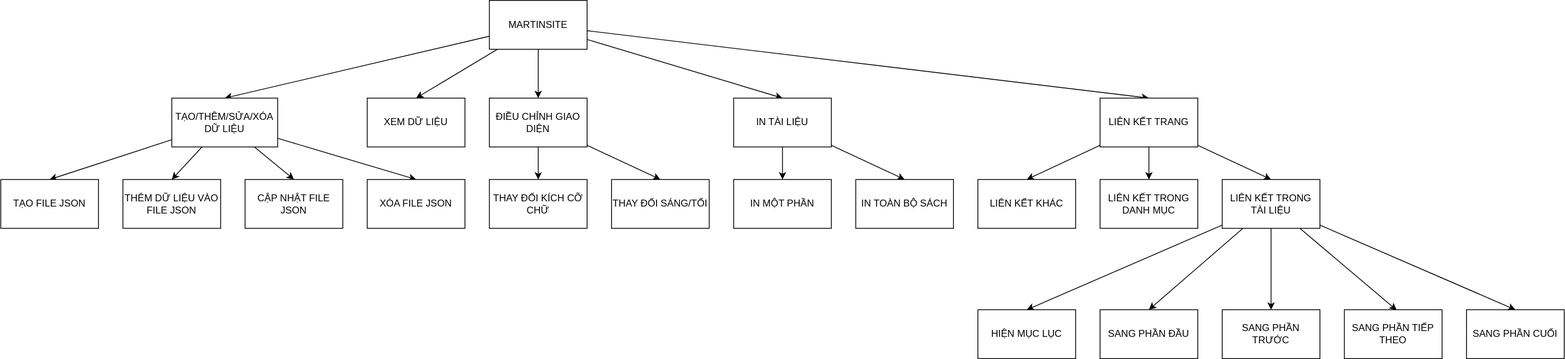
MartinoPhoenixVox/martinsite keeps this draw.io diagram as FHD.drawio.svg. Above is the earlier version. Source tidied: cells renumbered, new cells last; positions are measured from the earlier drawing's top-left corner, leaving out a move shared by most shapes.
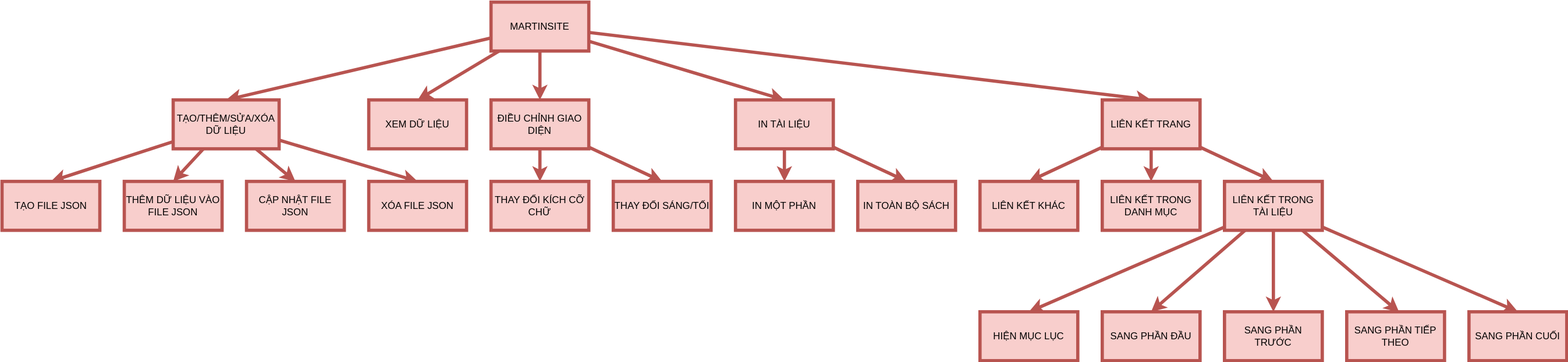
The same diagram one commit later.

Commit message:
Cập nhật FHD

Change to the diagram source:
```diff
@@ -2,133 +2,133 @@
   <root>
     <mxCell id="0" />
     <mxCell id="1" parent="0" />
-    <mxCell id="2" style="edgeStyle=none;html=1;entryX=0.5;entryY=0;entryDx=0;entryDy=0;" parent="1" edge="1" source="7" target="17">
+    <mxCell id="2" style="edgeStyle=none;html=1;entryX=0.5;entryY=0;entryDx=0;entryDy=0;fillColor=#f8cecc;strokeColor=#b85450;strokeWidth=4;" parent="1" edge="1" source="7" target="17">
       <mxGeometry relative="1" as="geometry" />
     </mxCell>
-    <mxCell id="3" style="edgeStyle=none;html=1;entryX=0.5;entryY=0;entryDx=0;entryDy=0;" parent="1" edge="1" source="7" target="12">
+    <mxCell id="3" style="edgeStyle=none;html=1;entryX=0.5;entryY=0;entryDx=0;entryDy=0;fillColor=#f8cecc;strokeColor=#b85450;strokeWidth=4;" parent="1" edge="1" source="7" target="12">
       <mxGeometry relative="1" as="geometry" />
     </mxCell>
-    <mxCell id="4" style="edgeStyle=none;html=1;entryX=0.5;entryY=0;entryDx=0;entryDy=0;" parent="1" edge="1" source="7" target="20">
+    <mxCell id="4" style="edgeStyle=none;html=1;entryX=0.5;entryY=0;entryDx=0;entryDy=0;fillColor=#f8cecc;strokeColor=#b85450;strokeWidth=4;" parent="1" edge="1" source="7" target="20">
       <mxGeometry relative="1" as="geometry" />
     </mxCell>
-    <mxCell id="5" style="edgeStyle=none;html=1;entryX=0.5;entryY=0;entryDx=0;entryDy=0;" parent="1" edge="1" source="7" target="26">
+    <mxCell id="5" style="edgeStyle=none;html=1;entryX=0.5;entryY=0;entryDx=0;entryDy=0;fillColor=#f8cecc;strokeColor=#b85450;strokeWidth=4;" parent="1" edge="1" source="7" target="26">
       <mxGeometry relative="1" as="geometry" />
     </mxCell>
-    <mxCell id="6" style="edgeStyle=none;html=1;entryX=0.5;entryY=0;entryDx=0;entryDy=0;" parent="1" edge="1" source="7" target="13">
+    <mxCell id="6" style="edgeStyle=none;html=1;entryX=0.5;entryY=0;entryDx=0;entryDy=0;fillColor=#f8cecc;strokeColor=#b85450;strokeWidth=4;" parent="1" edge="1" source="7" target="13">
       <mxGeometry relative="1" as="geometry" />
     </mxCell>
-    <mxCell id="7" value="MARTINSITE" style="rounded=0;whiteSpace=wrap;html=1;" parent="1" vertex="1">
+    <mxCell id="7" value="MARTINSITE" style="rounded=0;whiteSpace=wrap;html=1;fillColor=#f8cecc;strokeColor=#b85450;strokeWidth=4;" parent="1" vertex="1">
       <mxGeometry x="600" width="120" height="60" as="geometry" />
     </mxCell>
-    <mxCell id="8" style="edgeStyle=none;html=1;entryX=0.5;entryY=0;entryDx=0;entryDy=0;" parent="1" edge="1" source="12" target="21">
+    <mxCell id="8" style="edgeStyle=none;html=1;entryX=0.5;entryY=0;entryDx=0;entryDy=0;fillColor=#f8cecc;strokeColor=#b85450;strokeWidth=4;" parent="1" edge="1" source="12" target="21">
       <mxGeometry relative="1" as="geometry" />
     </mxCell>
-    <mxCell id="9" style="edgeStyle=none;html=1;entryX=0.5;entryY=0;entryDx=0;entryDy=0;" parent="1" edge="1" source="12" target="22">
+    <mxCell id="9" style="edgeStyle=none;html=1;entryX=0.5;entryY=0;entryDx=0;entryDy=0;fillColor=#f8cecc;strokeColor=#b85450;strokeWidth=4;" parent="1" edge="1" source="12" target="22">
       <mxGeometry relative="1" as="geometry" />
     </mxCell>
-    <mxCell id="10" style="edgeStyle=none;html=1;entryX=0.5;entryY=0;entryDx=0;entryDy=0;" parent="1" edge="1" source="12" target="23">
+    <mxCell id="10" style="edgeStyle=none;html=1;entryX=0.5;entryY=0;entryDx=0;entryDy=0;fillColor=#f8cecc;strokeColor=#b85450;strokeWidth=4;" parent="1" edge="1" source="12" target="23">
       <mxGeometry relative="1" as="geometry" />
     </mxCell>
-    <mxCell id="11" style="edgeStyle=none;html=1;entryX=0.5;entryY=0;entryDx=0;entryDy=0;" parent="1" edge="1" source="12" target="44">
+    <mxCell id="11" style="edgeStyle=none;html=1;entryX=0.5;entryY=0;entryDx=0;entryDy=0;fillColor=#f8cecc;strokeColor=#b85450;strokeWidth=4;" parent="1" edge="1" source="12" target="44">
       <mxGeometry relative="1" as="geometry" />
     </mxCell>
-    <mxCell id="12" value="TẠO/THÊM/SỬA/XÓA DỮ LIỆU" style="rounded=0;whiteSpace=wrap;html=1;" parent="1" vertex="1">
+    <mxCell id="12" value="TẠO/THÊM/SỬA/XÓA DỮ LIỆU" style="rounded=0;whiteSpace=wrap;html=1;fillColor=#f8cecc;strokeColor=#b85450;strokeWidth=4;" parent="1" vertex="1">
       <mxGeometry x="210" y="120" width="130" height="60" as="geometry" />
     </mxCell>
-    <mxCell id="13" value="XEM DỮ LIỆU" style="rounded=0;whiteSpace=wrap;html=1;" parent="1" vertex="1">
+    <mxCell id="13" value="XEM DỮ LIỆU" style="rounded=0;whiteSpace=wrap;html=1;fillColor=#f8cecc;strokeColor=#b85450;strokeWidth=4;" parent="1" vertex="1">
       <mxGeometry x="450" y="120" width="120" height="60" as="geometry" />
     </mxCell>
-    <mxCell id="14" style="edgeStyle=none;html=1;entryX=0.5;entryY=0;entryDx=0;entryDy=0;" parent="1" edge="1" source="17" target="41">
+    <mxCell id="14" style="edgeStyle=none;html=1;entryX=0.5;entryY=0;entryDx=0;entryDy=0;fillColor=#f8cecc;strokeColor=#b85450;strokeWidth=4;" parent="1" edge="1" source="17" target="41">
       <mxGeometry relative="1" as="geometry" />
     </mxCell>
-    <mxCell id="15" style="edgeStyle=none;html=1;entryX=0.5;entryY=0;entryDx=0;entryDy=0;" parent="1" edge="1" source="17" target="40">
+    <mxCell id="15" style="edgeStyle=none;html=1;entryX=0.5;entryY=0;entryDx=0;entryDy=0;fillColor=#f8cecc;strokeColor=#b85450;strokeWidth=4;" parent="1" edge="1" source="17" target="40">
       <mxGeometry relative="1" as="geometry" />
     </mxCell>
-    <mxCell id="16" style="edgeStyle=none;html=1;entryX=0.5;entryY=0;entryDx=0;entryDy=0;" parent="1" edge="1" source="17" target="39">
+    <mxCell id="16" style="edgeStyle=none;html=1;entryX=0.5;entryY=0;entryDx=0;entryDy=0;fillColor=#f8cecc;strokeColor=#b85450;strokeWidth=4;" parent="1" edge="1" source="17" target="39">
       <mxGeometry relative="1" as="geometry" />
     </mxCell>
-    <mxCell id="17" value="LIÊN KẾT TRANG" style="rounded=0;whiteSpace=wrap;html=1;" parent="1" vertex="1">
+    <mxCell id="17" value="LIÊN KẾT TRANG" style="rounded=0;whiteSpace=wrap;html=1;fillColor=#f8cecc;strokeColor=#b85450;strokeWidth=4;" parent="1" vertex="1">
       <mxGeometry x="1350" y="120" width="120" height="60" as="geometry" />
     </mxCell>
-    <mxCell id="18" style="edgeStyle=none;html=1;entryX=0.5;entryY=0;entryDx=0;entryDy=0;" parent="1" edge="1" source="20" target="27">
+    <mxCell id="18" style="edgeStyle=none;html=1;entryX=0.5;entryY=0;entryDx=0;entryDy=0;fillColor=#f8cecc;strokeColor=#b85450;strokeWidth=4;" parent="1" edge="1" source="20" target="27">
       <mxGeometry relative="1" as="geometry" />
     </mxCell>
-    <mxCell id="19" style="edgeStyle=none;html=1;entryX=0.5;entryY=0;entryDx=0;entryDy=0;" parent="1" edge="1" source="20" target="28">
+    <mxCell id="19" style="edgeStyle=none;html=1;entryX=0.5;entryY=0;entryDx=0;entryDy=0;fillColor=#f8cecc;strokeColor=#b85450;strokeWidth=4;" parent="1" edge="1" source="20" target="28">
       <mxGeometry relative="1" as="geometry" />
     </mxCell>
-    <mxCell id="20" value="ĐIỀU CHỈNH GIAO DIỆN" style="rounded=0;whiteSpace=wrap;html=1;" parent="1" vertex="1">
+    <mxCell id="20" value="ĐIỀU CHỈNH GIAO DIỆN" style="rounded=0;whiteSpace=wrap;html=1;fillColor=#f8cecc;strokeColor=#b85450;strokeWidth=4;" parent="1" vertex="1">
       <mxGeometry x="600" y="120" width="120" height="60" as="geometry" />
     </mxCell>
-    <mxCell id="21" value="THÊM DỮ LIỆU VÀO FILE JSON" style="rounded=0;whiteSpace=wrap;html=1;" parent="1" vertex="1">
+    <mxCell id="21" value="THÊM DỮ LIỆU VÀO FILE JSON" style="rounded=0;whiteSpace=wrap;html=1;fillColor=#f8cecc;strokeColor=#b85450;strokeWidth=4;" parent="1" vertex="1">
       <mxGeometry x="150" y="220" width="120" height="60" as="geometry" />
     </mxCell>
-    <mxCell id="22" value="CẬP NHẬT FILE JSON" style="rounded=0;whiteSpace=wrap;html=1;" parent="1" vertex="1">
+    <mxCell id="22" value="CẬP NHẬT FILE JSON" style="rounded=0;whiteSpace=wrap;html=1;fillColor=#f8cecc;strokeColor=#b85450;strokeWidth=4;" parent="1" vertex="1">
       <mxGeometry x="300" y="220" width="120" height="60" as="geometry" />
     </mxCell>
-    <mxCell id="23" value="XÓA FILE JSON" style="rounded=0;whiteSpace=wrap;html=1;" parent="1" vertex="1">
+    <mxCell id="23" value="XÓA FILE JSON" style="rounded=0;whiteSpace=wrap;html=1;fillColor=#f8cecc;strokeColor=#b85450;strokeWidth=4;" parent="1" vertex="1">
       <mxGeometry x="450" y="220" width="120" height="60" as="geometry" />
     </mxCell>
-    <mxCell id="24" style="edgeStyle=none;html=1;entryX=0.5;entryY=0;entryDx=0;entryDy=0;" parent="1" edge="1" source="26" target="29">
+    <mxCell id="24" style="edgeStyle=none;html=1;entryX=0.5;entryY=0;entryDx=0;entryDy=0;fillColor=#f8cecc;strokeColor=#b85450;strokeWidth=4;" parent="1" edge="1" source="26" target="29">
       <mxGeometry relative="1" as="geometry" />
     </mxCell>
-    <mxCell id="25" style="edgeStyle=none;html=1;entryX=0.5;entryY=0;entryDx=0;entryDy=0;" parent="1" edge="1" source="26" target="30">
+    <mxCell id="25" style="edgeStyle=none;html=1;entryX=0.5;entryY=0;entryDx=0;entryDy=0;fillColor=#f8cecc;strokeColor=#b85450;strokeWidth=4;" parent="1" edge="1" source="26" target="30">
       <mxGeometry relative="1" as="geometry" />
     </mxCell>
-    <mxCell id="26" value="IN TÀI LIỆU" style="rounded=0;whiteSpace=wrap;html=1;" parent="1" vertex="1">
+    <mxCell id="26" value="IN TÀI LIỆU" style="rounded=0;whiteSpace=wrap;html=1;fillColor=#f8cecc;strokeColor=#b85450;strokeWidth=4;" parent="1" vertex="1">
       <mxGeometry x="900" y="120" width="120" height="60" as="geometry" />
     </mxCell>
-    <mxCell id="27" value="THAY ĐỔI KÍCH CỠ CHỮ" style="rounded=0;whiteSpace=wrap;html=1;" parent="1" vertex="1">
+    <mxCell id="27" value="THAY ĐỔI KÍCH CỠ CHỮ" style="rounded=0;whiteSpace=wrap;html=1;fillColor=#f8cecc;strokeColor=#b85450;strokeWidth=4;" parent="1" vertex="1">
       <mxGeometry x="600" y="220" width="120" height="60" as="geometry" />
     </mxCell>
-    <mxCell id="28" value="THAY ĐỔI SÁNG/TỐI" style="rounded=0;whiteSpace=wrap;html=1;" parent="1" vertex="1">
+    <mxCell id="28" value="THAY ĐỔI SÁNG/TỐI" style="rounded=0;whiteSpace=wrap;html=1;fillColor=#f8cecc;strokeColor=#b85450;strokeWidth=4;" parent="1" vertex="1">
       <mxGeometry x="750" y="220" width="120" height="60" as="geometry" />
     </mxCell>
-    <mxCell id="29" value="IN MỘT PHẦN" style="rounded=0;whiteSpace=wrap;html=1;" parent="1" vertex="1">
+    <mxCell id="29" value="IN MỘT PHẦN" style="rounded=0;whiteSpace=wrap;html=1;fillColor=#f8cecc;strokeColor=#b85450;strokeWidth=4;" parent="1" vertex="1">
       <mxGeometry x="900" y="220" width="120" height="60" as="geometry" />
     </mxCell>
-    <mxCell id="30" value="IN TOÀN BỘ SÁCH" style="rounded=0;whiteSpace=wrap;html=1;" parent="1" vertex="1">
+    <mxCell id="30" value="IN TOÀN BỘ SÁCH" style="rounded=0;whiteSpace=wrap;html=1;fillColor=#f8cecc;strokeColor=#b85450;strokeWidth=4;" parent="1" vertex="1">
       <mxGeometry x="1050" y="220" width="120" height="60" as="geometry" />
     </mxCell>
-    <mxCell id="31" value="SANG PHẦN TIẾP THEO" style="rounded=0;whiteSpace=wrap;html=1;" parent="1" vertex="1">
+    <mxCell id="31" value="SANG PHẦN TIẾP THEO" style="rounded=0;whiteSpace=wrap;html=1;fillColor=#f8cecc;strokeColor=#b85450;strokeWidth=4;" parent="1" vertex="1">
       <mxGeometry x="1650" y="380" width="120" height="60" as="geometry" />
     </mxCell>
-    <mxCell id="32" value="SANG PHẦN TRƯỚC" style="rounded=0;whiteSpace=wrap;html=1;" parent="1" vertex="1">
+    <mxCell id="32" value="SANG PHẦN TRƯỚC" style="rounded=0;whiteSpace=wrap;html=1;fillColor=#f8cecc;strokeColor=#b85450;strokeWidth=4;" parent="1" vertex="1">
       <mxGeometry x="1500" y="380" width="120" height="60" as="geometry" />
     </mxCell>
-    <mxCell id="33" value="SANG PHẦN ĐẦU" style="rounded=0;whiteSpace=wrap;html=1;" parent="1" vertex="1">
+    <mxCell id="33" value="SANG PHẦN ĐẦU" style="rounded=0;whiteSpace=wrap;html=1;fillColor=#f8cecc;strokeColor=#b85450;strokeWidth=4;" parent="1" vertex="1">
       <mxGeometry x="1350" y="380" width="120" height="60" as="geometry" />
     </mxCell>
-    <mxCell id="34" value="SANG PHẦN CUỐI" style="rounded=0;whiteSpace=wrap;html=1;" parent="1" vertex="1">
+    <mxCell id="34" value="SANG PHẦN CUỐI" style="rounded=0;whiteSpace=wrap;html=1;fillColor=#f8cecc;strokeColor=#b85450;strokeWidth=4;" parent="1" vertex="1">
       <mxGeometry x="1800" y="380" width="120" height="60" as="geometry" />
     </mxCell>
-    <mxCell id="35" style="edgeStyle=none;html=1;entryX=0.5;entryY=0;entryDx=0;entryDy=0;" parent="1" edge="1" source="39" target="42">
+    <mxCell id="35" style="edgeStyle=none;html=1;entryX=0.5;entryY=0;entryDx=0;entryDy=0;fillColor=#f8cecc;strokeColor=#b85450;strokeWidth=4;" parent="1" edge="1" source="39" target="42">
       <mxGeometry relative="1" as="geometry" />
     </mxCell>
-    <mxCell id="36" style="edgeStyle=none;html=1;entryX=0.5;entryY=0;entryDx=0;entryDy=0;" parent="1" edge="1" source="39" target="33">
+    <mxCell id="36" style="edgeStyle=none;html=1;entryX=0.5;entryY=0;entryDx=0;entryDy=0;fillColor=#f8cecc;strokeColor=#b85450;strokeWidth=4;" parent="1" edge="1" source="39" target="33">
       <mxGeometry relative="1" as="geometry" />
     </mxCell>
-    <mxCell id="37" style="edgeStyle=none;html=1;entryX=0.5;entryY=0;entryDx=0;entryDy=0;" parent="1" edge="1" source="39" target="32">
+    <mxCell id="37" style="edgeStyle=none;html=1;entryX=0.5;entryY=0;entryDx=0;entryDy=0;fillColor=#f8cecc;strokeColor=#b85450;strokeWidth=4;" parent="1" edge="1" source="39" target="32">
       <mxGeometry relative="1" as="geometry" />
     </mxCell>
-    <mxCell id="38" style="edgeStyle=none;html=1;entryX=0.5;entryY=0;entryDx=0;entryDy=0;" parent="1" edge="1" source="39" target="34">
+    <mxCell id="38" style="edgeStyle=none;html=1;entryX=0.5;entryY=0;entryDx=0;entryDy=0;fillColor=#f8cecc;strokeColor=#b85450;strokeWidth=4;" parent="1" edge="1" source="39" target="34">
       <mxGeometry relative="1" as="geometry" />
     </mxCell>
-    <mxCell id="39" value="LIÊN KẾT TRONG TÀI LIỆU" style="rounded=0;whiteSpace=wrap;html=1;" parent="1" vertex="1">
+    <mxCell id="39" value="LIÊN KẾT TRONG TÀI LIỆU" style="rounded=0;whiteSpace=wrap;html=1;fillColor=#f8cecc;strokeColor=#b85450;strokeWidth=4;" parent="1" vertex="1">
       <mxGeometry x="1500" y="220" width="120" height="60" as="geometry" />
     </mxCell>
-    <mxCell id="40" value="LIÊN KẾT TRONG DANH MỤC" style="rounded=0;whiteSpace=wrap;html=1;" parent="1" vertex="1">
+    <mxCell id="40" value="LIÊN KẾT TRONG DANH MỤC" style="rounded=0;whiteSpace=wrap;html=1;fillColor=#f8cecc;strokeColor=#b85450;strokeWidth=4;" parent="1" vertex="1">
       <mxGeometry x="1350" y="220" width="120" height="60" as="geometry" />
     </mxCell>
-    <mxCell id="41" value="LIÊN KẾT KHÁC" style="rounded=0;whiteSpace=wrap;html=1;" parent="1" vertex="1">
+    <mxCell id="41" value="LIÊN KẾT KHÁC" style="rounded=0;whiteSpace=wrap;html=1;fillColor=#f8cecc;strokeColor=#b85450;strokeWidth=4;" parent="1" vertex="1">
       <mxGeometry x="1200" y="220" width="120" height="60" as="geometry" />
     </mxCell>
-    <mxCell id="42" value="HIỆN MỤC LỤC" style="rounded=0;whiteSpace=wrap;html=1;" parent="1" vertex="1">
+    <mxCell id="42" value="HIỆN MỤC LỤC" style="rounded=0;whiteSpace=wrap;html=1;fillColor=#f8cecc;strokeColor=#b85450;strokeWidth=4;" parent="1" vertex="1">
       <mxGeometry x="1200" y="380" width="120" height="60" as="geometry" />
     </mxCell>
-    <mxCell id="43" style="edgeStyle=none;html=1;entryX=0.536;entryY=0.01;entryDx=0;entryDy=0;entryPerimeter=0;" parent="1" edge="1" source="39" target="31">
+    <mxCell id="43" style="edgeStyle=none;html=1;entryX=0.536;entryY=0.01;entryDx=0;entryDy=0;entryPerimeter=0;fillColor=#f8cecc;strokeColor=#b85450;strokeWidth=4;" parent="1" edge="1" source="39" target="31">
       <mxGeometry relative="1" as="geometry" />
     </mxCell>
-    <mxCell id="44" value="TẠO FILE JSON" style="rounded=0;whiteSpace=wrap;html=1;" parent="1" vertex="1">
+    <mxCell id="44" value="TẠO FILE JSON" style="rounded=0;whiteSpace=wrap;html=1;fillColor=#f8cecc;strokeColor=#b85450;strokeWidth=4;" parent="1" vertex="1">
       <mxGeometry y="220" width="120" height="60" as="geometry" />
     </mxCell>
   </root>
```
